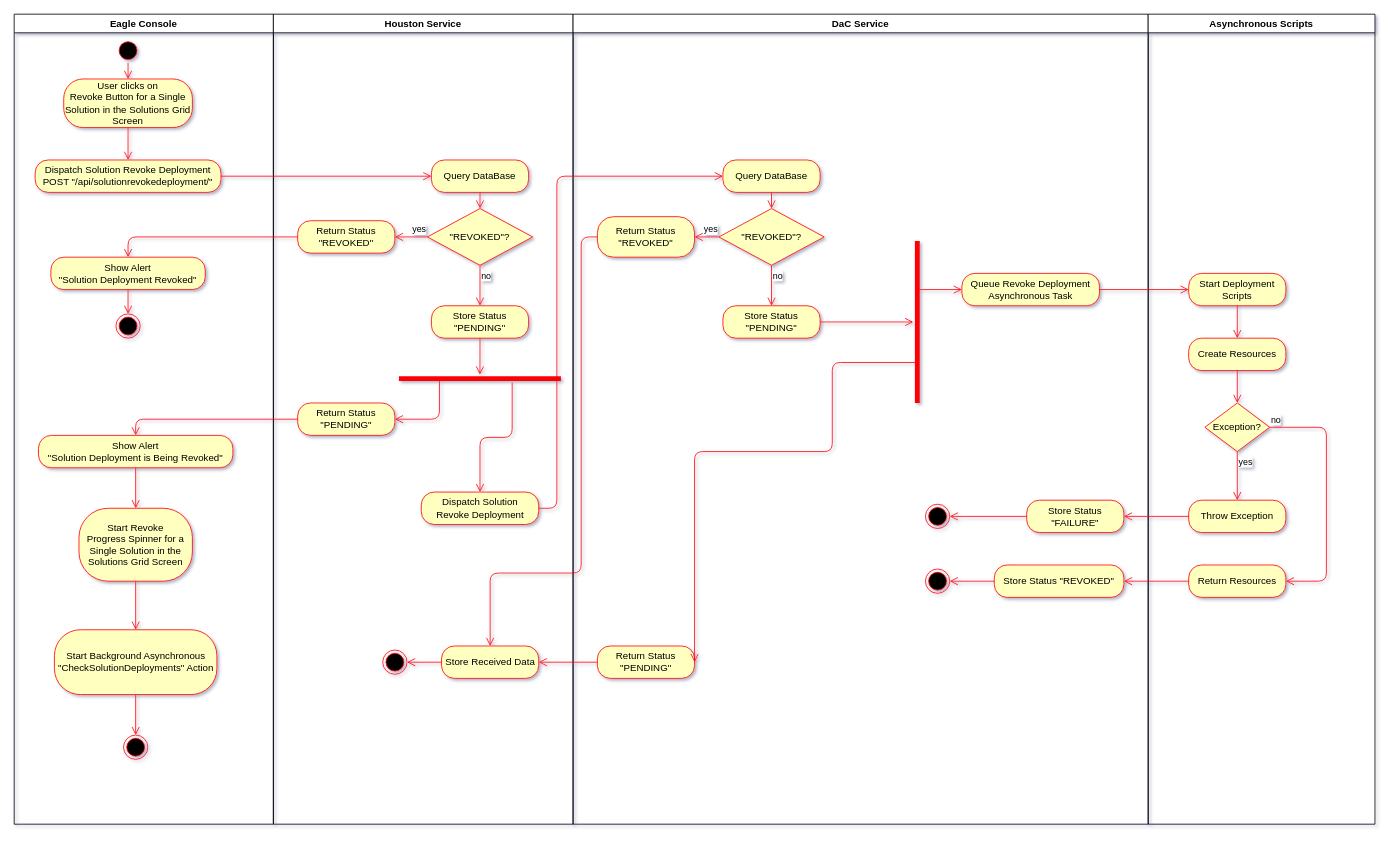
The draw.io diagram page "Remove Deployment" (2 of 3) of docs/solution_deployment.drawio in tranquilitybase-io/tb-houston-service, before the edit. Source tidied: cells renumbered, new cells numbered last; positions are measured from the earlier drawing's top-left corner, leaving out a move shared by most shapes. Both pictures are drawn from the tidied source at 81%, with x=0, y=0 at pixel (14, 14).
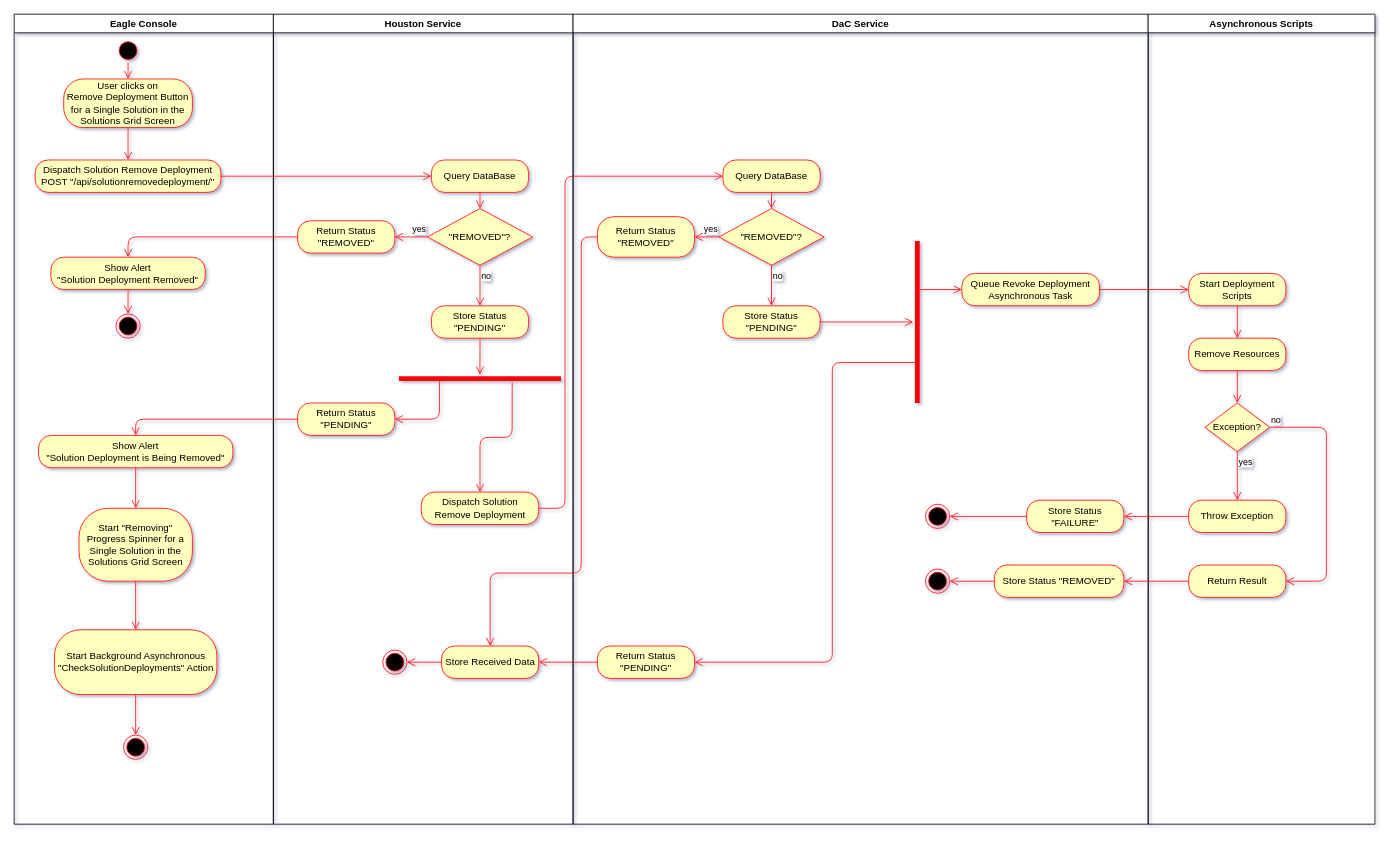
The same page after the edit.

The change refers to these unchanged cells:
```xml
<mxCell id="2" value="Eagle Console" style="swimlane;gradientColor=none;" parent="1" vertex="1">
  <mxGeometry width="320" height="1000" as="geometry" />
</mxCell>
<mxCell id="18" value="Houston Service" style="swimlane;gradientColor=none;" parent="1" vertex="1">
  <mxGeometry x="320" width="370" height="1000" as="geometry" />
</mxCell>
<mxCell id="29" value="DaC Service" style="swimlane;gradientColor=none;" parent="1" vertex="1">
  <mxGeometry x="690" width="710" height="1000" as="geometry" />
</mxCell>
<mxCell id="31" value="Query DataBase" style="rounded=1;whiteSpace=wrap;html=1;arcSize=40;fontColor=#000000;fillColor=#ffffc0;strokeColor=#ff0000;" parent="29" vertex="1">
  <mxGeometry x="185" y="180" width="120" height="40" as="geometry" />
</mxCell>
<mxCell id="42" value="Return Status&lt;br&gt;&quot;PENDING&quot;" style="rounded=1;whiteSpace=wrap;html=1;arcSize=40;fontColor=#000000;fillColor=#ffffc0;strokeColor=#ff0000;" parent="29" vertex="1">
  <mxGeometry x="30" y="780" width="120" height="40" as="geometry" />
</mxCell>
<mxCell id="43" style="shape=line;html=1;strokeWidth=6;strokeColor=#ff0000;direction=south;" parent="29" vertex="1">
  <mxGeometry x="420" y="280" width="10" height="200" as="geometry" />
</mxCell>
<mxCell id="49" value="Asynchronous Scripts" style="swimlane;gradientColor=none;" parent="1" vertex="1">
  <mxGeometry x="1400" width="280" height="1000" as="geometry" />
</mxCell>
```

Diff of the diagram source:
```diff
@@
-    <mxCell id="5" value="User clicks on&lt;br&gt;Revoke Button for a Single Solution in the Solutions Grid Screen" style="rounded=1;whiteSpace=wrap;html=1;arcSize=40;fontColor=#000000;fillColor=#ffffc0;strokeColor=#ff0000;" parent="2" vertex="1">
+    <mxCell id="5" value="User clicks on&lt;br&gt;Remove Deployment Button for a Single Solution in the Solutions Grid Screen" style="rounded=1;whiteSpace=wrap;html=1;arcSize=40;fontColor=#000000;fillColor=#ffffc0;strokeColor=#ff0000;" parent="2" vertex="1">
       <mxGeometry x="61.2" y="80" width="158.8" height="60" as="geometry" />
     </mxCell>
-    <mxCell id="6" value="Dispatch Solution Revoke Deployment&lt;br&gt;POST &quot;/api/solutionrevokedeployment/&quot;" style="rounded=1;whiteSpace=wrap;html=1;arcSize=40;fontColor=#000000;fillColor=#ffffc0;strokeColor=#ff0000;" parent="2" vertex="1">
+    <mxCell id="6" value="Dispatch Solution Remove Deployment&lt;br&gt;POST &quot;/api/solutionremovedeployment/&quot;" style="rounded=1;whiteSpace=wrap;html=1;arcSize=40;fontColor=#000000;fillColor=#ffffc0;strokeColor=#ff0000;" parent="2" vertex="1">
       <mxGeometry x="25.9" y="180" width="229.4" height="40" as="geometry" />
     </mxCell>
@@
-    <mxCell id="8" value="Start Revoke&lt;br&gt;Progress Spinner for a Single Solution in the Solutions Grid Screen" style="rounded=1;whiteSpace=wrap;html=1;arcSize=40;fontColor=#000000;fillColor=#ffffc0;strokeColor=#ff0000;" parent="2" vertex="1">
+    <mxCell id="8" value="Start &quot;Removing&quot;&lt;br&gt;Progress Spinner for a Single Solution in the Solutions Grid Screen" style="rounded=1;whiteSpace=wrap;html=1;arcSize=40;fontColor=#000000;fillColor=#ffffc0;strokeColor=#ff0000;" parent="2" vertex="1">
       <mxGeometry x="80" y="610" width="140" height="90" as="geometry" />
     </mxCell>
@@
-    <mxCell id="10" value="Show Alert&lt;br&gt;&quot;Solution Deployment Revoked&quot;" style="rounded=1;whiteSpace=wrap;html=1;arcSize=40;fontColor=#000000;fillColor=#ffffc0;strokeColor=#ff0000;" parent="2" vertex="1">
+    <mxCell id="10" value="Show Alert&lt;br&gt;&quot;Solution Deployment Removed&quot;" style="rounded=1;whiteSpace=wrap;html=1;arcSize=40;fontColor=#000000;fillColor=#ffffc0;strokeColor=#ff0000;" parent="2" vertex="1">
       <mxGeometry x="45.3" y="300" width="190.6" height="40" as="geometry" />
     </mxCell>
@@
-    <mxCell id="13" value="Show Alert&lt;br&gt;&quot;Solution Deployment is Being Revoked&quot;" style="rounded=1;whiteSpace=wrap;html=1;arcSize=40;fontColor=#000000;fillColor=#ffffc0;strokeColor=#ff0000;" parent="2" vertex="1">
+    <mxCell id="13" value="Show Alert&lt;br&gt;&quot;Solution Deployment is Being Removed&quot;" style="rounded=1;whiteSpace=wrap;html=1;arcSize=40;fontColor=#000000;fillColor=#ffffc0;strokeColor=#ff0000;" parent="2" vertex="1">
       <mxGeometry x="30" y="520" width="240" height="40" as="geometry" />
     </mxCell>
@@
-    <mxCell id="19" value="&quot;REVOKED&quot;?" style="rhombus;whiteSpace=wrap;html=1;fillColor=#ffffc0;strokeColor=#ff0000;" parent="18" vertex="1">
+    <mxCell id="19" value="&quot;REMOVED&quot;?" style="rhombus;whiteSpace=wrap;html=1;fillColor=#ffffc0;strokeColor=#ff0000;" parent="18" vertex="1">
       <mxGeometry x="190.1" y="240" width="130" height="70" as="geometry" />
     </mxCell>
@@
-    <mxCell id="23" value="Dispatch Solution&lt;br&gt;Revoke Deployment" style="rounded=1;whiteSpace=wrap;html=1;arcSize=40;fontColor=#000000;fillColor=#ffffc0;strokeColor=#ff0000;" parent="18" vertex="1">
+    <mxCell id="23" value="Dispatch Solution&lt;br&gt;Remove Deployment" style="rounded=1;whiteSpace=wrap;html=1;arcSize=40;fontColor=#000000;fillColor=#ffffc0;strokeColor=#ff0000;" parent="18" vertex="1">
       <mxGeometry x="182.6" y="590" width="145" height="40" as="geometry" />
     </mxCell>
-    <mxCell id="24" value="Return Status&lt;br&gt;&quot;REVOKED&quot;" style="rounded=1;whiteSpace=wrap;html=1;arcSize=40;fontColor=#000000;fillColor=#ffffc0;strokeColor=#ff0000;" parent="18" vertex="1">
+    <mxCell id="24" value="Return Status&lt;br&gt;&quot;REMOVED&quot;" style="rounded=1;whiteSpace=wrap;html=1;arcSize=40;fontColor=#000000;fillColor=#ffffc0;strokeColor=#ff0000;" parent="18" vertex="1">
       <mxGeometry x="30" y="255" width="120" height="40" as="geometry" />
     </mxCell>
@@
-    <mxCell id="33" value="&quot;REVOKED&quot;?" style="rhombus;whiteSpace=wrap;html=1;fillColor=#ffffc0;strokeColor=#ff0000;" parent="29" vertex="1">
+    <mxCell id="33" value="&quot;REMOVED&quot;?" style="rhombus;whiteSpace=wrap;html=1;fillColor=#ffffc0;strokeColor=#ff0000;" parent="29" vertex="1">
       <mxGeometry x="180" y="240" width="130" height="70" as="geometry" />
     </mxCell>
@@
-    <mxCell id="35" value="Return Status &quot;REVOKED&quot;" style="rounded=1;whiteSpace=wrap;html=1;arcSize=40;fontColor=#000000;fillColor=#ffffc0;strokeColor=#ff0000;" parent="29" vertex="1">
+    <mxCell id="35" value="Return Status &quot;REMOVED&quot;" style="rounded=1;whiteSpace=wrap;html=1;arcSize=40;fontColor=#000000;fillColor=#ffffc0;strokeColor=#ff0000;" parent="29" vertex="1">
       <mxGeometry x="30" y="250" width="120" height="50" as="geometry" />
     </mxCell>
-    <mxCell id="36" value="Store Status &quot;REVOKED&quot;" style="rounded=1;whiteSpace=wrap;html=1;arcSize=40;fontColor=#000000;fillColor=#ffffc0;strokeColor=#ff0000;" parent="29" vertex="1">
+    <mxCell id="36" value="Store Status &quot;REMOVED&quot;" style="rounded=1;whiteSpace=wrap;html=1;arcSize=40;fontColor=#000000;fillColor=#ffffc0;strokeColor=#ff0000;" parent="29" vertex="1">
       <mxGeometry x="520" y="680" width="160" height="40" as="geometry" />
     </mxCell>
@@
     <mxCell id="48" style="edgeStyle=orthogonalEdgeStyle;html=1;verticalAlign=bottom;endArrow=open;endSize=8;strokeColor=#ff0000;entryX=1;entryY=0.5;entryDx=0;entryDy=0;jumpStyle=arc;jumpSize=15;exitX=0.75;exitY=0.5;exitDx=0;exitDy=0;exitPerimeter=0;" parent="29" edge="1" source="43" target="42">
       <mxGeometry relative="1" as="geometry">
         <Array as="points">
           <mxPoint x="320" y="430" />
-          <mxPoint x="320" y="540" />
+          <mxPoint x="320" y="800" />
         </Array>
       </mxGeometry>
     </mxCell>
@@
-    <mxCell id="51" value="Create Resources" style="rounded=1;whiteSpace=wrap;html=1;arcSize=40;fontColor=#000000;fillColor=#ffffc0;strokeColor=#ff0000;" parent="49" vertex="1">
+    <mxCell id="51" value="Remove Resources" style="rounded=1;whiteSpace=wrap;html=1;arcSize=40;fontColor=#000000;fillColor=#ffffc0;strokeColor=#ff0000;" parent="49" vertex="1">
       <mxGeometry x="50" y="400" width="120" height="40" as="geometry" />
     </mxCell>
@@
-    <mxCell id="53" value="Return Resources" style="rounded=1;whiteSpace=wrap;html=1;arcSize=40;fontColor=#000000;fillColor=#ffffc0;strokeColor=#ff0000;" parent="49" vertex="1">
+    <mxCell id="53" value="Return Result" style="rounded=1;whiteSpace=wrap;html=1;arcSize=40;fontColor=#000000;fillColor=#ffffc0;strokeColor=#ff0000;" parent="49" vertex="1">
       <mxGeometry x="50" y="680" width="120" height="40" as="geometry" />
     </mxCell>
@@
     <mxCell id="60" style="edgeStyle=orthogonalEdgeStyle;html=1;verticalAlign=bottom;endArrow=open;endSize=8;strokeColor=#ff0000;entryX=0;entryY=0.5;entryDx=0;entryDy=0;" parent="1" edge="1" source="23" target="31">
       <mxGeometry relative="1" as="geometry">
         <Array as="points">
-          <mxPoint x="670" y="610" />
-          <mxPoint x="670" y="200" />
+          <mxPoint x="680" y="610" />
+          <mxPoint x="680" y="200" />
         </Array>
       </mxGeometry>
     </mxCell>
```
